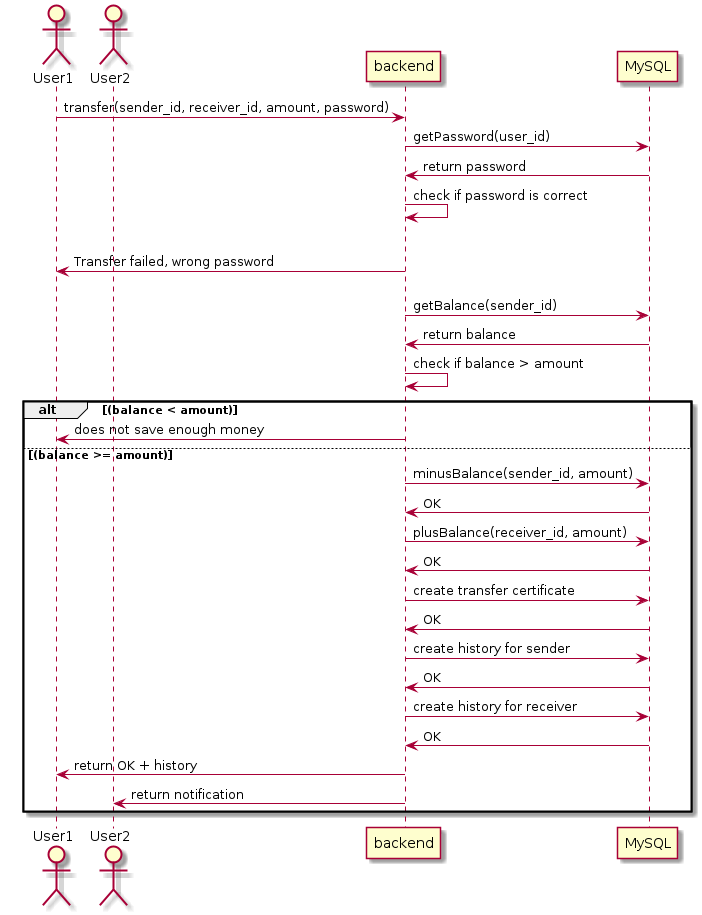
This is images/sequence-diagram/fintech/transfer.png from minhduc2803/Snail-App, a PlantUML export, as it was before one commit. The source it was exported from:
```plantuml
@startuml transfer
    actor User1
    actor User2
    User1 -> "backend" : transfer(sender_id, receiver_id, amount, password)
    "backend" -> "MySQL" : getPassword(user_id)
    "MySQL" -> "backend" : return password
    "backend" -> "backend" : check if password is correct
    alt (password is not correct)
    "backend" -> User1 : Transfer failed, wrong password
    else (password is correct)

    "backend" -> "MySQL" : getBalance(sender_id)
    "MySQL" -> "backend" : return balance
    "backend" -> "backend" : check if balance > amount
    alt (balance < amount)
    "backend" -> User1 : does not save enough money

    else (balance >= amount)
    "backend" -> "MySQL" : minusBalance(sender_id, amount)
    "MySQL" -> "backend" : OK
    "backend" -> "MySQL" : plusBalance(receiver_id, amount)
    "MySQL" -> "backend" : OK
    "backend" -> "MySQL" : create transfer certificate
    "MySQL" -> "backend" : OK
    "backend" -> "MySQL" : create history for sender
    "MySQL" -> "backend" : OK
    "backend" -> "MySQL" : create history for receiver
    "MySQL" -> "backend" : OK
    "backend" -> User1 : return OK + history
    "backend" -> User2 : return notification
    end
@enduml
```
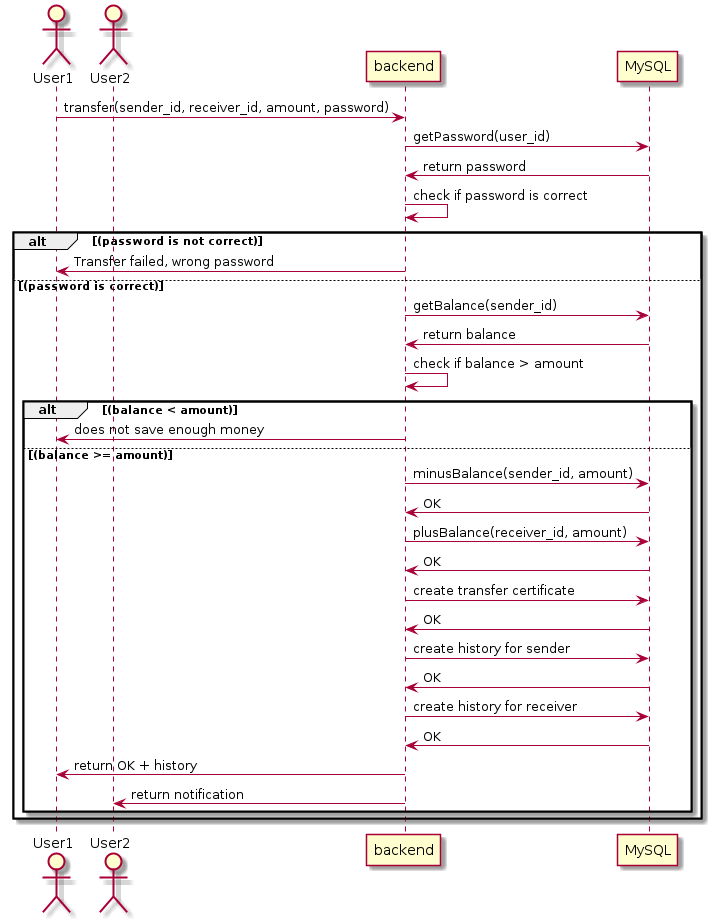
After the commit.

Commit message:
fixing transfer diagram

Change to the diagram source:
```diff
@@ -29,4 +29,5 @@
     "backend" -> User1 : return OK + history
     "backend" -> User2 : return notification
     end
+    end
 @enduml
```
